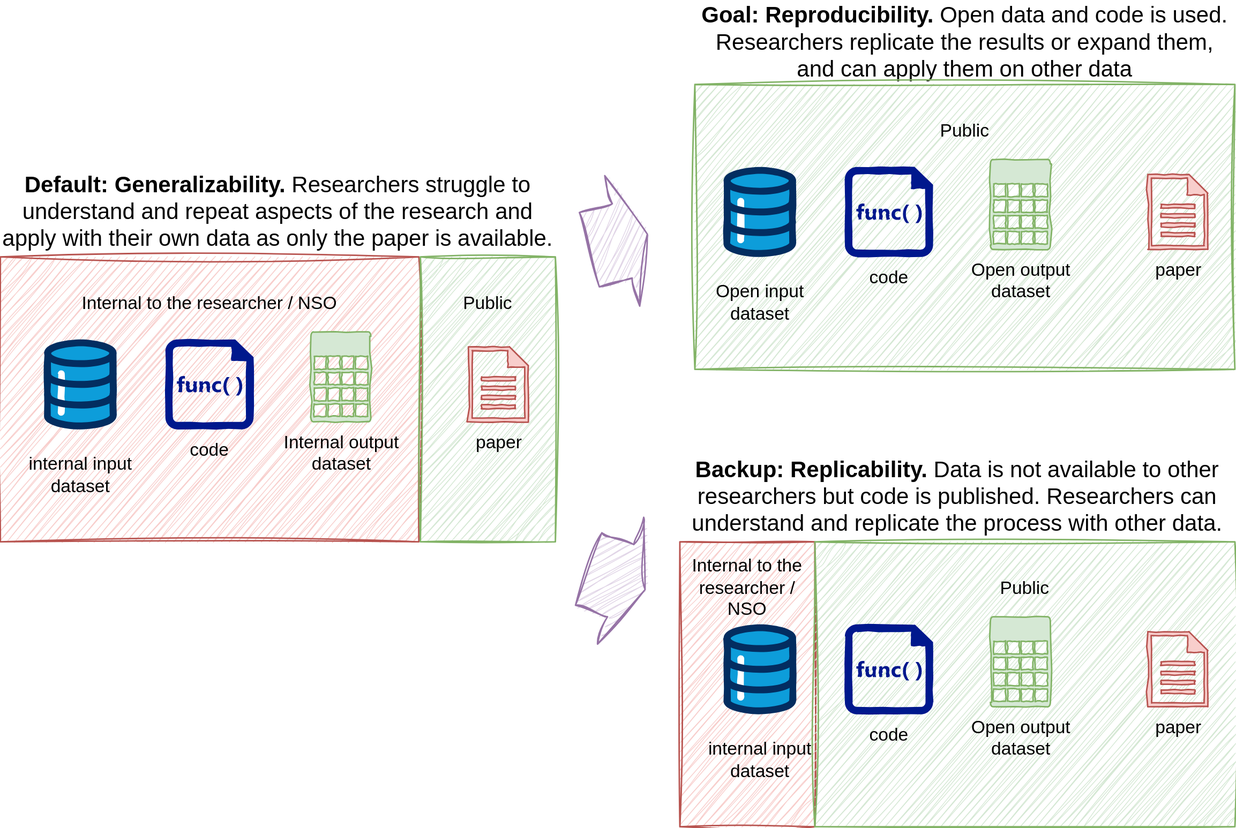
The draw.io diagram docs/images/reserarch-objects-shifting-the-paradigm.svg in sergegoussev/reproducibility-project, before a commit. Source tidied: cells renumbered, new cells last; positions are measured from the earlier drawing's top-left corner, leaving out a move shared by most shapes.
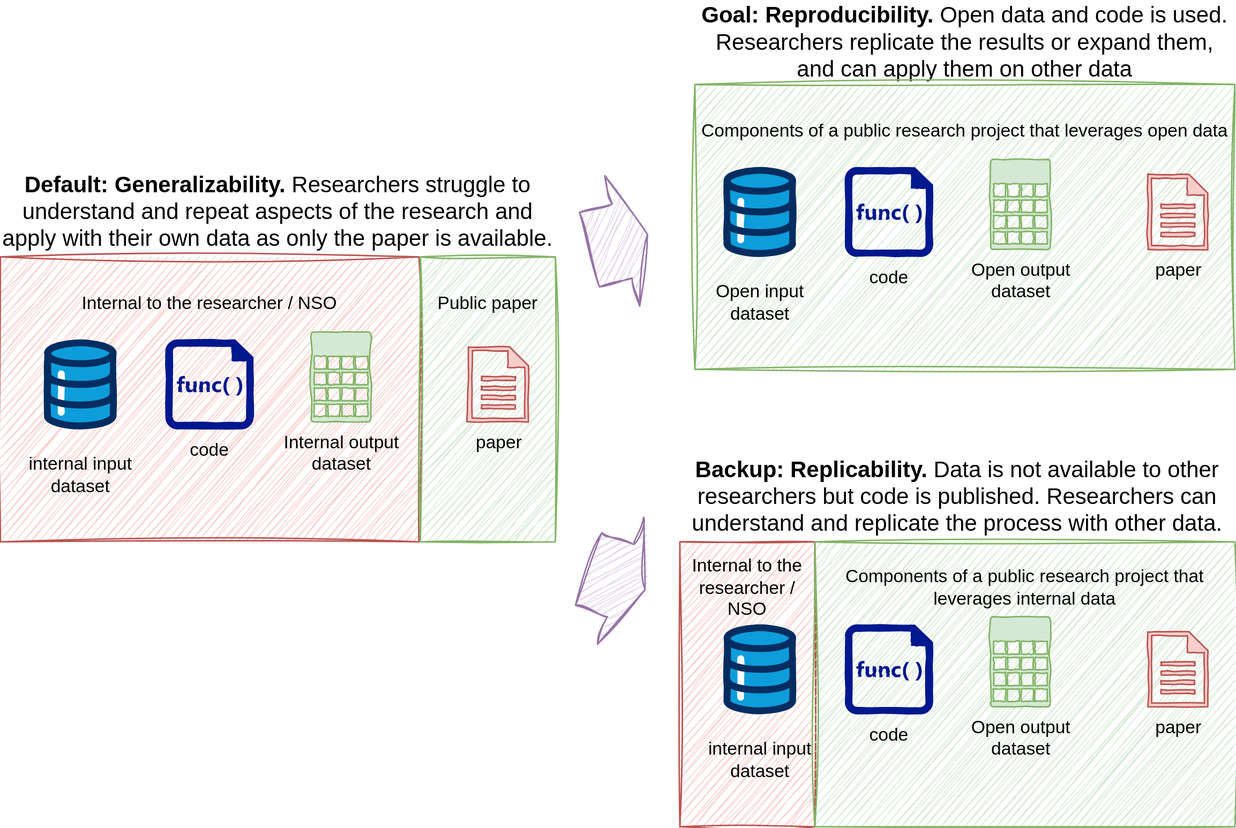
After the commit.

Commit message:
add clarification to diagrams

The edit, as a diff of the source:
```diff
@@ -5,7 +5,7 @@
     <mxCell id="2" value="Internal to the researcher / NSO&lt;div&gt;&lt;br&gt;&lt;/div&gt;&lt;div&gt;&lt;br&gt;&lt;/div&gt;&lt;div&gt;&lt;br&gt;&lt;/div&gt;&lt;div&gt;&lt;br&gt;&lt;/div&gt;&lt;div&gt;&lt;br&gt;&lt;/div&gt;&lt;div&gt;&lt;br&gt;&lt;/div&gt;&lt;div&gt;&lt;br&gt;&lt;/div&gt;&lt;div&gt;&lt;br&gt;&lt;/div&gt;&lt;div&gt;&lt;br&gt;&lt;/div&gt;" style="rounded=0;whiteSpace=wrap;html=1;fillColor=#f8cecc;strokeColor=#b85450;sketch=1;curveFitting=1;jiggle=2;sketchStyle=rough;" parent="1" vertex="1">
       <mxGeometry y="170" width="279" height="190" as="geometry" />
     </mxCell>
-    <mxCell id="3" value="Public&lt;div&gt;&lt;br&gt;&lt;/div&gt;&lt;div&gt;&lt;br&gt;&lt;/div&gt;&lt;div&gt;&lt;br&gt;&lt;/div&gt;&lt;div&gt;&lt;br&gt;&lt;/div&gt;&lt;div&gt;&lt;br&gt;&lt;/div&gt;&lt;div&gt;&lt;br&gt;&lt;/div&gt;&lt;div&gt;&lt;br&gt;&lt;/div&gt;&lt;div&gt;&lt;br&gt;&lt;/div&gt;&lt;div&gt;&lt;br&gt;&lt;/div&gt;" style="rounded=0;whiteSpace=wrap;html=1;fillColor=#d5e8d4;strokeColor=#82b366;sketch=1;curveFitting=1;jiggle=2;sketchStyle=rough;" parent="1" vertex="1">
+    <mxCell id="3" value="Public paper&lt;div&gt;&lt;br&gt;&lt;/div&gt;&lt;div&gt;&lt;br&gt;&lt;/div&gt;&lt;div&gt;&lt;br&gt;&lt;/div&gt;&lt;div&gt;&lt;br&gt;&lt;/div&gt;&lt;div&gt;&lt;br&gt;&lt;/div&gt;&lt;div&gt;&lt;br&gt;&lt;/div&gt;&lt;div&gt;&lt;br&gt;&lt;/div&gt;&lt;div&gt;&lt;br&gt;&lt;/div&gt;&lt;div&gt;&lt;br&gt;&lt;/div&gt;" style="rounded=0;whiteSpace=wrap;html=1;fillColor=#d5e8d4;strokeColor=#82b366;sketch=1;curveFitting=1;jiggle=2;sketchStyle=rough;" parent="1" vertex="1">
       <mxGeometry x="280" y="170" width="90" height="190" as="geometry" />
     </mxCell>
     <mxCell id="4" value="paper" style="shadow=0;dashed=0;html=1;strokeColor=#b85450;labelPosition=center;verticalLabelPosition=bottom;verticalAlign=top;align=center;fillColor=#f8cecc;shape=mxgraph.mscae.enterprise.document;sketch=1;curveFitting=1;jiggle=2;sketchStyle=comic;" parent="1" vertex="1">
@@ -35,7 +35,7 @@
     <mxCell id="12" style="shape=singleArrow;whiteSpace=wrap;html=1;arrowWidth=0.5703708224826389;arrowSize=0.433331298828125;fillColor=#e1d5e7;strokeColor=#9673a6;sketch=1;curveFitting=1;jiggle=2;sketchStyle=rough;rotation=20;" parent="1" vertex="1">
       <mxGeometry x="391" y="340" width="40" height="90" as="geometry" />
     </mxCell>
-    <mxCell id="13" value="Public&lt;div&gt;&lt;br&gt;&lt;/div&gt;&lt;div&gt;&lt;br&gt;&lt;/div&gt;&lt;div&gt;&lt;br&gt;&lt;/div&gt;&lt;div&gt;&lt;br&gt;&lt;/div&gt;&lt;div&gt;&lt;br&gt;&lt;/div&gt;&lt;div&gt;&lt;br&gt;&lt;/div&gt;&lt;div&gt;&lt;br&gt;&lt;/div&gt;&lt;div&gt;&lt;br&gt;&lt;/div&gt;&lt;div&gt;&lt;br&gt;&lt;/div&gt;" style="rounded=0;whiteSpace=wrap;html=1;fillColor=#d5e8d4;strokeColor=#82b366;sketch=1;curveFitting=1;jiggle=2;sketchStyle=rough;" parent="1" vertex="1">
+    <mxCell id="13" value="Components of a public research project that leverages open data&lt;div&gt;&lt;br&gt;&lt;/div&gt;&lt;div&gt;&lt;br&gt;&lt;/div&gt;&lt;div&gt;&lt;br&gt;&lt;/div&gt;&lt;div&gt;&lt;br&gt;&lt;/div&gt;&lt;div&gt;&lt;br&gt;&lt;/div&gt;&lt;div&gt;&lt;br&gt;&lt;/div&gt;&lt;div&gt;&lt;br&gt;&lt;/div&gt;&lt;div&gt;&lt;br&gt;&lt;/div&gt;&lt;div&gt;&lt;br&gt;&lt;/div&gt;" style="rounded=0;whiteSpace=wrap;html=1;fillColor=#d5e8d4;strokeColor=#82b366;sketch=1;curveFitting=1;jiggle=2;sketchStyle=rough;" parent="1" vertex="1">
       <mxGeometry x="463" y="55" width="360" height="190" as="geometry" />
     </mxCell>
     <mxCell id="14" value="paper" style="shadow=0;dashed=0;html=1;strokeColor=#b85450;labelPosition=center;verticalLabelPosition=bottom;verticalAlign=top;align=center;fillColor=#f8cecc;shape=mxgraph.mscae.enterprise.document;sketch=1;curveFitting=1;jiggle=2;sketchStyle=comic;" parent="1" vertex="1">
@@ -53,7 +53,7 @@
     <mxCell id="18" value="Internal to the researcher / NSO&lt;div&gt;&lt;br&gt;&lt;/div&gt;&lt;div&gt;&lt;br&gt;&lt;/div&gt;&lt;div&gt;&lt;br&gt;&lt;/div&gt;&lt;div&gt;&lt;br&gt;&lt;/div&gt;&lt;div&gt;&lt;br&gt;&lt;/div&gt;&lt;div&gt;&lt;br&gt;&lt;/div&gt;&lt;div&gt;&lt;br&gt;&lt;/div&gt;&lt;div&gt;&lt;br&gt;&lt;/div&gt;&lt;div&gt;&lt;br&gt;&lt;/div&gt;" style="rounded=0;whiteSpace=wrap;html=1;fillColor=#f8cecc;strokeColor=#b85450;sketch=1;curveFitting=1;jiggle=2;sketchStyle=rough;" parent="1" vertex="1">
       <mxGeometry x="453" y="360" width="90" height="190" as="geometry" />
     </mxCell>
-    <mxCell id="19" value="Public&lt;div&gt;&lt;br&gt;&lt;/div&gt;&lt;div&gt;&lt;br&gt;&lt;/div&gt;&lt;div&gt;&lt;br&gt;&lt;/div&gt;&lt;div&gt;&lt;br&gt;&lt;/div&gt;&lt;div&gt;&lt;br&gt;&lt;/div&gt;&lt;div&gt;&lt;br&gt;&lt;/div&gt;&lt;div&gt;&lt;br&gt;&lt;/div&gt;&lt;div&gt;&lt;br&gt;&lt;/div&gt;&lt;div&gt;&lt;br&gt;&lt;/div&gt;" style="rounded=0;whiteSpace=wrap;html=1;fillColor=#d5e8d4;strokeColor=#82b366;sketch=1;curveFitting=1;jiggle=2;sketchStyle=rough;shadow=0;glass=0;" parent="1" vertex="1">
+    <mxCell id="19" value="&lt;div&gt;Components of a public research project that leverages internal data&lt;div&gt;&lt;br&gt;&lt;/div&gt;&lt;div&gt;&lt;br&gt;&lt;/div&gt;&lt;div&gt;&lt;br&gt;&lt;/div&gt;&lt;div&gt;&lt;br&gt;&lt;/div&gt;&lt;div&gt;&lt;br&gt;&lt;/div&gt;&lt;div&gt;&lt;br&gt;&lt;/div&gt;&lt;div&gt;&lt;br&gt;&lt;/div&gt;&lt;div&gt;&lt;br&gt;&lt;/div&gt;&lt;div&gt;&lt;br&gt;&lt;/div&gt;&lt;/div&gt;" style="rounded=0;whiteSpace=wrap;html=1;fillColor=#d5e8d4;strokeColor=#82b366;sketch=1;curveFitting=1;jiggle=2;sketchStyle=rough;shadow=0;glass=0;" parent="1" vertex="1">
       <mxGeometry x="543" y="360" width="280" height="190" as="geometry" />
     </mxCell>
     <mxCell id="20" value="paper" style="shadow=0;dashed=0;html=1;strokeColor=#b85450;labelPosition=center;verticalLabelPosition=bottom;verticalAlign=top;align=center;fillColor=#f8cecc;shape=mxgraph.mscae.enterprise.document;sketch=1;curveFitting=1;jiggle=2;sketchStyle=comic;" parent="1" vertex="1">
```
